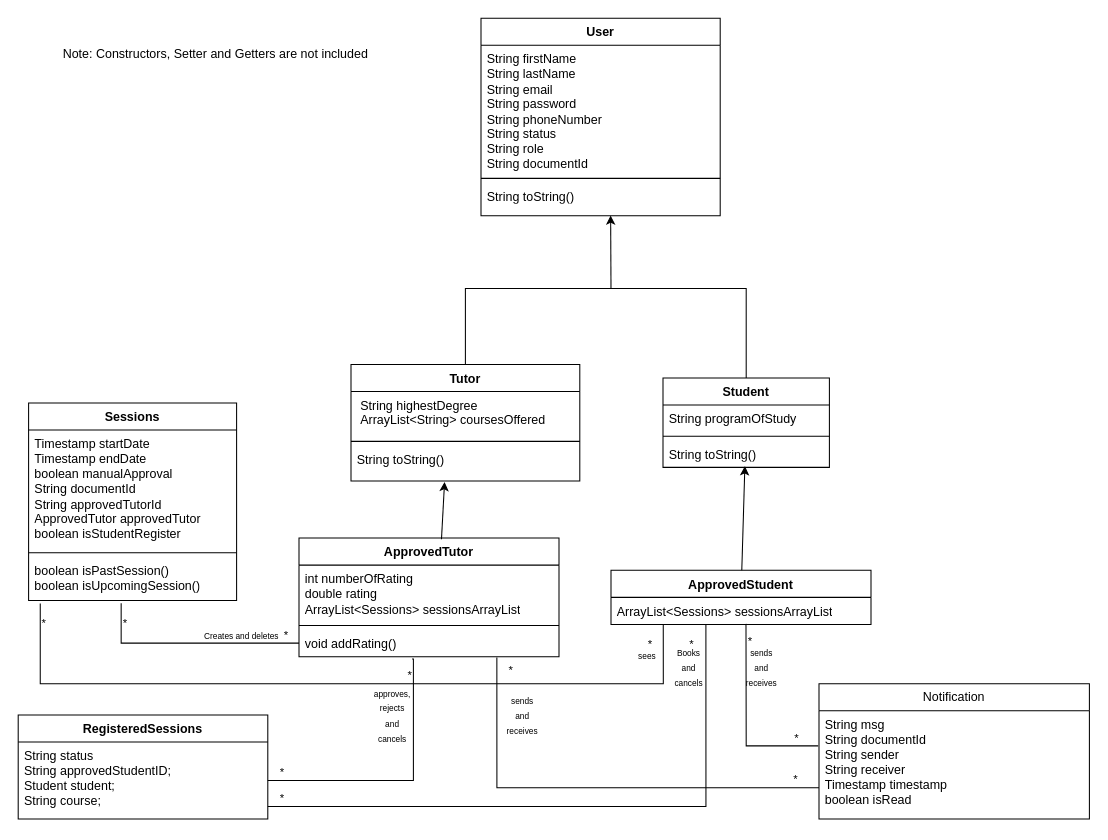
The draw.io diagram finalUML.drawio in uOttawaSEG/Project-Group-15, before the edit. Source tidied: cells renumbered, new cells numbered last; positions are measured from the earlier drawing's top-left corner, leaving out a move shared by most shapes. Both pictures are drawn from the tidied source at 104%, with x=0, y=0 at pixel (18, 18).
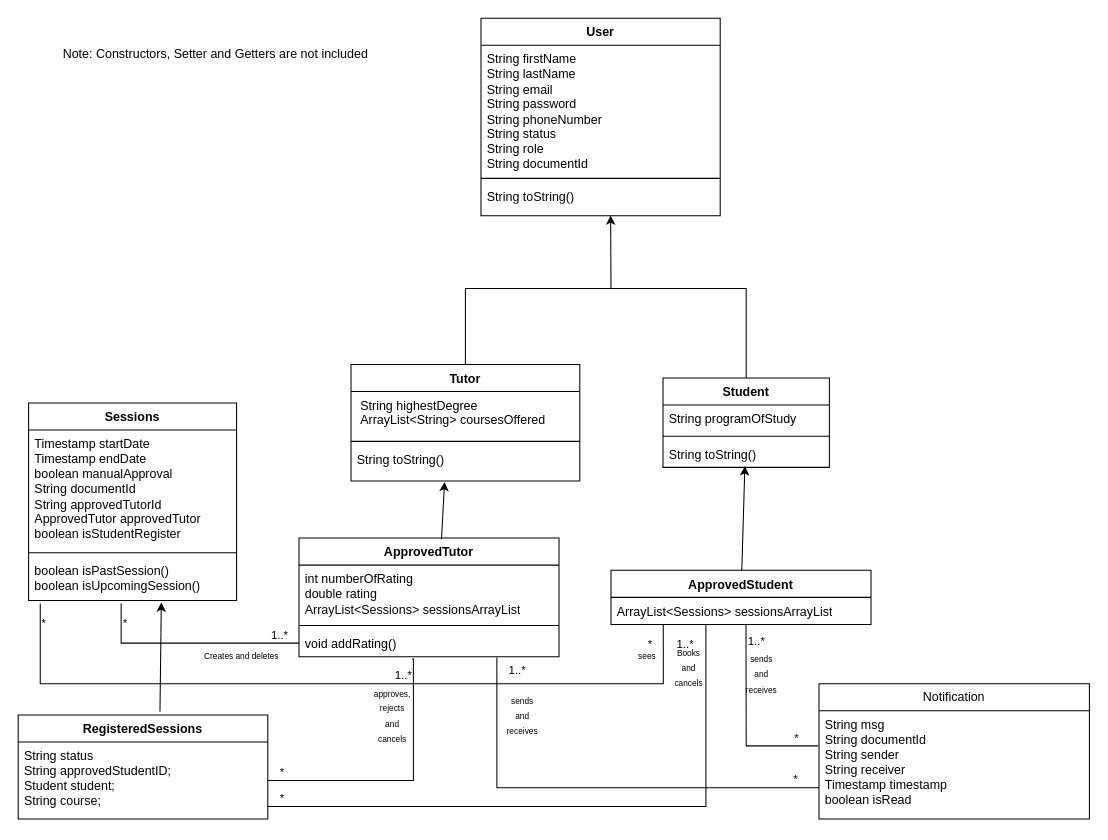
Above is the later version.

The change refers to these unchanged cells:
```xml
<mxCell id="27" value="&lt;div&gt;boolean isPastSession()&lt;/div&gt;&lt;div&gt;boolean isUpcomingSession()&lt;/div&gt;" style="text;strokeColor=none;fillColor=none;align=left;verticalAlign=top;spacingLeft=4;spacingRight=4;overflow=hidden;points=[[0,0.5],[1,0.5]];portConstraint=eastwest;whiteSpace=wrap;html=1;" parent="24" vertex="1">
  <mxGeometry y="148" width="200" height="42" as="geometry" />
</mxCell>
<mxCell id="28" value="RegisteredSessions" style="swimlane;fontStyle=1;align=center;verticalAlign=top;horizontal=1;startSize=26;whiteSpace=wrap;html=1;" parent="1" vertex="1">
  <mxGeometry y="670" width="240" height="100" as="geometry" />
</mxCell>
<mxCell id="32" style="endArrow=none;html=1;edgeStyle=orthogonalEdgeStyle;rounded=0;entryX=0.365;entryY=1.001;entryDx=0;entryDy=0;entryPerimeter=0;" parent="1" edge="1" target="19">
  <mxGeometry relative="1" as="geometry">
    <mxPoint x="240" y="758" as="sourcePoint" />
    <Array as="points">
      <mxPoint x="661" y="758" />
    </Array>
  </mxGeometry>
</mxCell>
<mxCell id="38" style="endArrow=none;html=1;edgeStyle=orthogonalEdgeStyle;rounded=0;entryX=0.435;entryY=1.086;entryDx=0;entryDy=0;entryPerimeter=0;exitX=1;exitY=0.5;exitDx=0;exitDy=0;" parent="1" edge="1" source="29" target="17">
  <mxGeometry relative="1" as="geometry">
    <Array as="points">
      <mxPoint x="380" y="733" />
      <mxPoint x="380" y="616" />
    </Array>
  </mxGeometry>
</mxCell>
<mxCell id="41" style="endArrow=none;html=1;edgeStyle=orthogonalEdgeStyle;rounded=0;entryX=0;entryY=0.5;entryDx=0;entryDy=0;exitX=0.445;exitY=1.062;exitDx=0;exitDy=0;exitPerimeter=0;" parent="1" edge="1" source="27" target="17">
  <mxGeometry relative="1" as="geometry">
    <Array as="points">
      <mxPoint x="99" y="601" />
    </Array>
  </mxGeometry>
</mxCell>
<mxCell id="44" style="endArrow=none;html=1;edgeStyle=orthogonalEdgeStyle;rounded=0;exitX=0.761;exitY=1.028;exitDx=0;exitDy=0;exitPerimeter=0;entryX=0;entryY=0.712;entryDx=0;entryDy=0;entryPerimeter=0;" parent="1" edge="1" source="17" target="31">
  <mxGeometry relative="1" as="geometry">
    <Array as="points">
      <mxPoint x="460" y="740" />
    </Array>
  </mxGeometry>
</mxCell>
<mxCell id="47" style="endArrow=none;html=1;edgeStyle=orthogonalEdgeStyle;rounded=0;exitX=0.519;exitY=0.98;exitDx=0;exitDy=0;exitPerimeter=0;entryX=-0.003;entryY=0.324;entryDx=0;entryDy=0;entryPerimeter=0;" parent="1" edge="1" source="19" target="31">
  <mxGeometry relative="1" as="geometry">
    <Array as="points">
      <mxPoint x="700" y="585" />
      <mxPoint x="700" y="585" />
      <mxPoint x="700" y="700" />
    </Array>
  </mxGeometry>
</mxCell>
```

What changed in the source:
```diff
@@
-    <mxCell id="34" value="*" style="edgeLabel;html=1;align=right;verticalAlign=bottom;" parent="32" vertex="1">
+    <mxCell id="34" value="1..*" style="edgeLabel;html=1;align=right;verticalAlign=bottom;" parent="32" vertex="1">
       <mxGeometry x="1" relative="1" as="geometry">
         <mxPoint x="-11" y="27" as="offset" />
       </mxGeometry>
     </mxCell>
@@
-    <mxCell id="40" value="*" style="edgeLabel;html=1;align=right;verticalAlign=bottom;" parent="38" vertex="1">
+    <mxCell id="40" value="1..*" style="edgeLabel;html=1;align=right;verticalAlign=bottom;" parent="38" vertex="1">
       <mxGeometry x="1" relative="1" as="geometry">
         <mxPoint y="24" as="offset" />
       </mxGeometry>
     </mxCell>
@@
-    <mxCell id="43" value="*" style="edgeLabel;html=1;align=right;verticalAlign=bottom;" parent="41" vertex="1">
+    <mxCell id="43" value="1..*" style="edgeLabel;html=1;align=right;verticalAlign=bottom;" parent="41" vertex="1">
       <mxGeometry x="1" relative="1" as="geometry">
         <mxPoint x="-10" as="offset" />
       </mxGeometry>
     </mxCell>
@@
-    <mxCell id="45" value="*" style="edgeLabel;html=1;align=left;verticalAlign=bottom;" parent="44" vertex="1">
+    <mxCell id="45" value="1..*" style="edgeLabel;html=1;align=left;verticalAlign=bottom;" parent="44" vertex="1">
       <mxGeometry x="-1" relative="1" as="geometry">
         <mxPoint x="10" y="20" as="offset" />
       </mxGeometry>
     </mxCell>
@@
-    <mxCell id="48" value="*" style="edgeLabel;html=1;align=left;verticalAlign=bottom;" parent="47" vertex="1">
+    <mxCell id="48" value="1..*" style="edgeLabel;html=1;align=left;verticalAlign=bottom;" parent="47" vertex="1">
       <mxGeometry x="-1" relative="1" as="geometry">
         <mxPoint y="25" as="offset" />
       </mxGeometry>
     </mxCell>
@@
     <mxCell id="51" value="&lt;font style=&quot;font-size: 8px;&quot;&gt;Creates and deletes&lt;/font&gt;" style="text;html=1;whiteSpace=wrap;strokeColor=none;fillColor=none;align=center;verticalAlign=middle;rounded=0;" parent="1" vertex="1">
-      <mxGeometry x="170" y="582.9" width="90" height="20" as="geometry" />
+      <mxGeometry x="170" y="602.9" width="90" height="20" as="geometry" />
     </mxCell>
@@
     <mxCell id="56" value="&lt;font style=&quot;font-size: 8px;&quot;&gt;sends and receives&lt;/font&gt;" style="text;html=1;whiteSpace=wrap;strokeColor=none;fillColor=none;align=center;verticalAlign=middle;rounded=0;" parent="1" vertex="1">
-      <mxGeometry x="700" y="613.9" width="30" height="20" as="geometry" />
+      <mxGeometry x="700" y="620" width="30" height="20" as="geometry" />
     </mxCell>
+    <mxCell id="57" style="endArrow=classic;html=1;rounded=0;entryX=0.638;entryY=1.041;entryDx=0;entryDy=0;entryPerimeter=0;exitX=0.568;exitY=-0.031;exitDx=0;exitDy=0;exitPerimeter=0;" parent="1" edge="1" source="28" target="27">
+      <mxGeometry relative="1" as="geometry" />
+    </mxCell>
```
